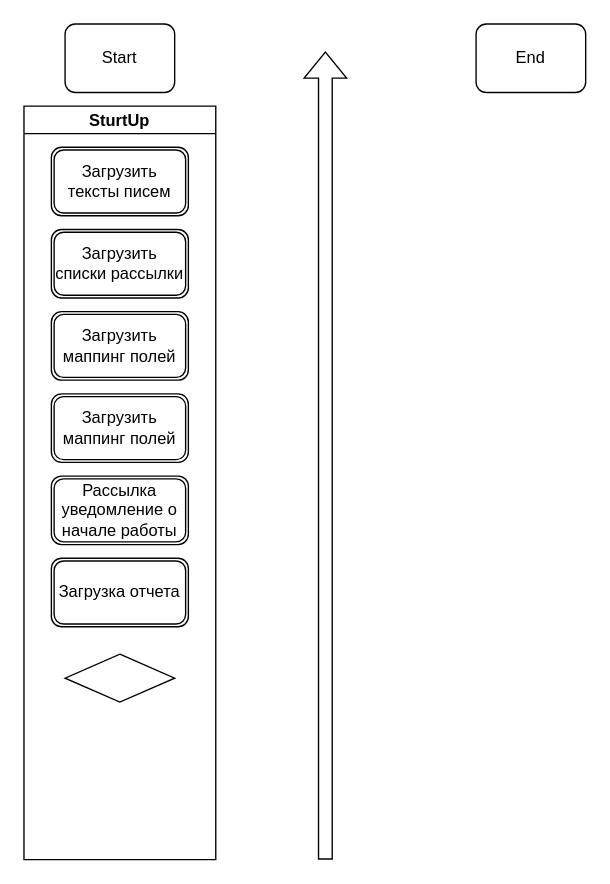
This is Диаграмма без названия.drawio from existimatio/GAtest, a draw.io file, before an edit. Source tidied: cells renumbered, new cells numbered last; positions are measured from the earlier drawing's top-left corner, leaving out a move shared by most shapes. Both pictures are drawn from the tidied source at 137%, with x=0, y=0 at pixel (23, 23).
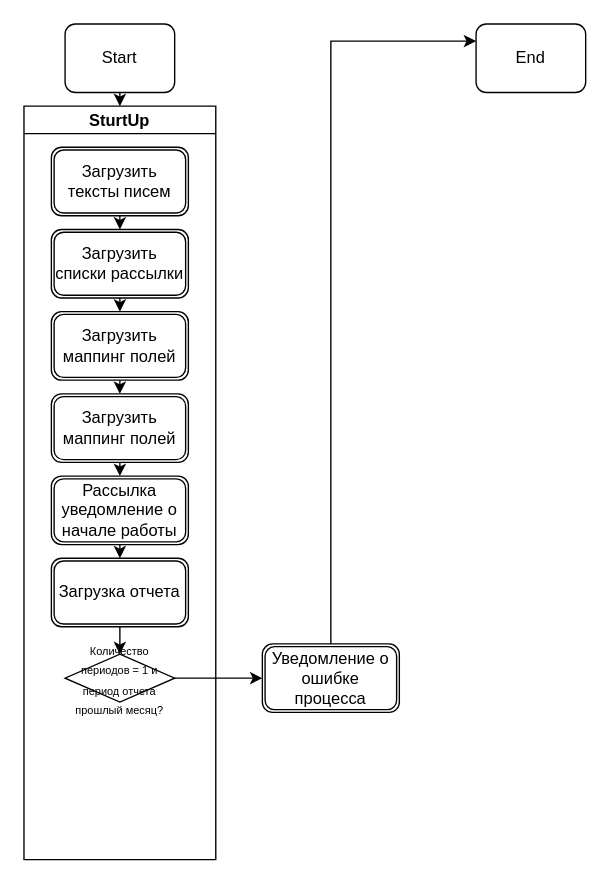
Above is the later version.

Unchanged cells that the change refers to:
```xml
<mxCell id="2" value="Start" style="rounded=1;whiteSpace=wrap;html=1;fontSize=12;glass=0;strokeWidth=1;shadow=0;" parent="1" vertex="1">
  <mxGeometry x="30" width="80" height="50" as="geometry" />
</mxCell>
<mxCell id="3" value="End" style="rounded=1;whiteSpace=wrap;html=1;fontSize=12;glass=0;strokeWidth=1;shadow=0;" parent="1" vertex="1">
  <mxGeometry x="330" width="80" height="50" as="geometry" />
</mxCell>
<mxCell id="4" value="SturtUp" style="swimlane;startSize=20;horizontal=1;containerType=tree;" parent="1" vertex="1">
  <mxGeometry y="60" width="140" height="550" as="geometry" />
</mxCell>
<mxCell id="5" value="Загрузить списки рассылки" style="shape=ext;double=1;rounded=1;whiteSpace=wrap;html=1;" parent="4" vertex="1">
  <mxGeometry x="20" y="90" width="100" height="50" as="geometry" />
</mxCell>
<mxCell id="6" value="Загрузить маппинг полей" style="shape=ext;double=1;rounded=1;whiteSpace=wrap;html=1;" parent="4" vertex="1">
  <mxGeometry x="20" y="150" width="100" height="50" as="geometry" />
</mxCell>
<mxCell id="7" value="Загрузить маппинг полей" style="shape=ext;double=1;rounded=1;whiteSpace=wrap;html=1;" parent="4" vertex="1">
  <mxGeometry x="20" y="210" width="100" height="50" as="geometry" />
</mxCell>
<mxCell id="8" value="Загрузить тексты писем" style="shape=ext;double=1;rounded=1;whiteSpace=wrap;html=1;" parent="4" vertex="1">
  <mxGeometry x="20" y="30" width="100" height="50" as="geometry" />
</mxCell>
<mxCell id="9" value="Рассылка уведомление о начале работы" style="shape=ext;double=1;rounded=1;whiteSpace=wrap;html=1;" parent="4" vertex="1">
  <mxGeometry x="20" y="270" width="100" height="50" as="geometry" />
</mxCell>
<mxCell id="10" value="Загрузка отчета" style="shape=ext;double=1;rounded=1;whiteSpace=wrap;html=1;" parent="4" vertex="1">
  <mxGeometry x="20" y="330" width="100" height="50" as="geometry" />
</mxCell>
```

Diff of the diagram source:
```diff
@@
+    <mxCell id="13" style="edgeStyle=orthogonalEdgeStyle;rounded=0;jettySize=auto;html=1;exitX=0.5;exitY=1;exitDx=0;exitDy=0;entryX=0.5;entryY=0;entryDx=0;entryDy=0;" parent="1" edge="1" source="2" target="4">
+      <mxGeometry relative="1" as="geometry" />
+    </mxCell>
@@
+    <mxCell id="14" style="edgeStyle=orthogonalEdgeStyle;rounded=0;jettySize=auto;html=1;exitX=0.5;exitY=1;exitDx=0;exitDy=0;entryX=0.5;entryY=0;entryDx=0;entryDy=0;" parent="4" edge="1" source="5" target="6">
+      <mxGeometry relative="1" as="geometry" />
+    </mxCell>
@@
+    <mxCell id="15" style="edgeStyle=orthogonalEdgeStyle;rounded=0;jettySize=auto;html=1;exitX=0.5;exitY=1;exitDx=0;exitDy=0;entryX=0.5;entryY=0;entryDx=0;entryDy=0;" parent="4" edge="1" source="6" target="7">
+      <mxGeometry relative="1" as="geometry" />
+    </mxCell>
@@
+    <mxCell id="16" style="edgeStyle=orthogonalEdgeStyle;rounded=0;jettySize=auto;html=1;exitX=0.5;exitY=1;exitDx=0;exitDy=0;entryX=0.5;entryY=0;entryDx=0;entryDy=0;" parent="4" edge="1" source="7" target="9">
+      <mxGeometry relative="1" as="geometry" />
+    </mxCell>
@@
+    <mxCell id="17" style="edgeStyle=orthogonalEdgeStyle;rounded=0;jettySize=auto;html=1;exitX=0.5;exitY=1;exitDx=0;exitDy=0;entryX=0.5;entryY=0;entryDx=0;entryDy=0;" parent="4" edge="1" source="8" target="5">
+      <mxGeometry relative="1" as="geometry" />
+    </mxCell>
@@
+    <mxCell id="18" style="edgeStyle=orthogonalEdgeStyle;rounded=0;jettySize=auto;html=1;exitX=0.5;exitY=1;exitDx=0;exitDy=0;entryX=0.5;entryY=0;entryDx=0;entryDy=0;" parent="4" edge="1" source="9" target="10">
+      <mxGeometry relative="1" as="geometry" />
+    </mxCell>
@@
+    <mxCell id="19" style="edgeStyle=orthogonalEdgeStyle;rounded=0;jettySize=auto;html=1;exitX=0.5;exitY=1;exitDx=0;exitDy=0;entryX=0.5;entryY=0;entryDx=0;entryDy=0;" parent="4" edge="1" source="10" target="11">
+      <mxGeometry relative="1" as="geometry" />
+    </mxCell>
@@
-    <mxCell id="11" style="rhombus;whiteSpace=wrap;html=1;" parent="4" vertex="1">
+    <mxCell id="11" value="&lt;font style=&quot;font-size: 8px;&quot;&gt;Количество периодов = 1 и период отчета прошлый месяц?&lt;/font&gt;" style="rhombus;whiteSpace=wrap;html=1;" parent="4" vertex="1">
       <mxGeometry x="30" y="400" width="80" height="35" as="geometry" />
     </mxCell>
-    <mxCell id="12" style="shape=flexArrow;endArrow=classic;html=1;rounded=0;" parent="1" edge="1">
-      <mxGeometry relative="1" as="geometry">
-        <mxPoint x="220" y="610" as="sourcePoint" />
-        <mxPoint x="220" y="20" as="targetPoint" />
-      </mxGeometry>
-    </mxCell>
+    <mxCell id="20" style="edgeStyle=orthogonalEdgeStyle;rounded=0;jettySize=auto;html=1;exitX=0.5;exitY=0;exitDx=0;exitDy=0;entryX=0;entryY=0.25;entryDx=0;entryDy=0;" parent="1" edge="1" source="21" target="3">
+      <mxGeometry relative="1" as="geometry" />
+    </mxCell>
+    <mxCell id="21" value="Уведомление о ошибке процесса" style="shape=ext;double=1;rounded=1;whiteSpace=wrap;html=1;" parent="1" vertex="1">
+      <mxGeometry x="174" y="452.5" width="100" height="50" as="geometry" />
+    </mxCell>
+    <mxCell id="22" style="edgeStyle=orthogonalEdgeStyle;rounded=0;jettySize=auto;html=1;exitX=1;exitY=0.5;exitDx=0;exitDy=0;entryX=0;entryY=0.5;entryDx=0;entryDy=0;" parent="1" edge="1" source="11" target="21">
+      <mxGeometry relative="1" as="geometry" />
+    </mxCell>
```
